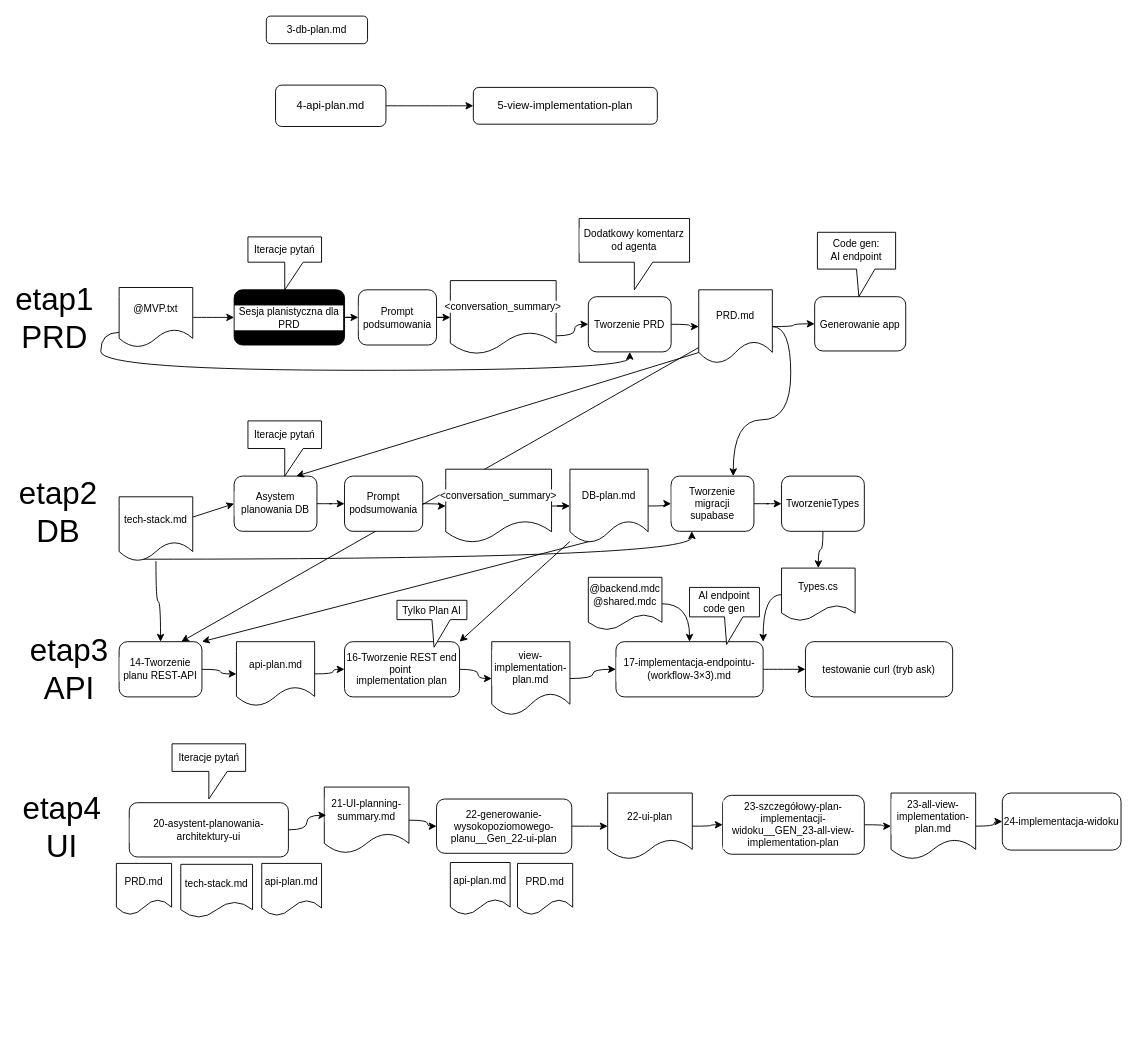
This is .other/BraveCreateFlow.drawio from Trockey/KrisBraveApp, a draw.io file, before an edit. Source tidied: cells renumbered, new cells numbered last; positions are measured from the earlier drawing's top-left corner, leaving out a move shared by most shapes. Both pictures are drawn from the tidied source at 92%, with x=0, y=0 at pixel (27, 16).
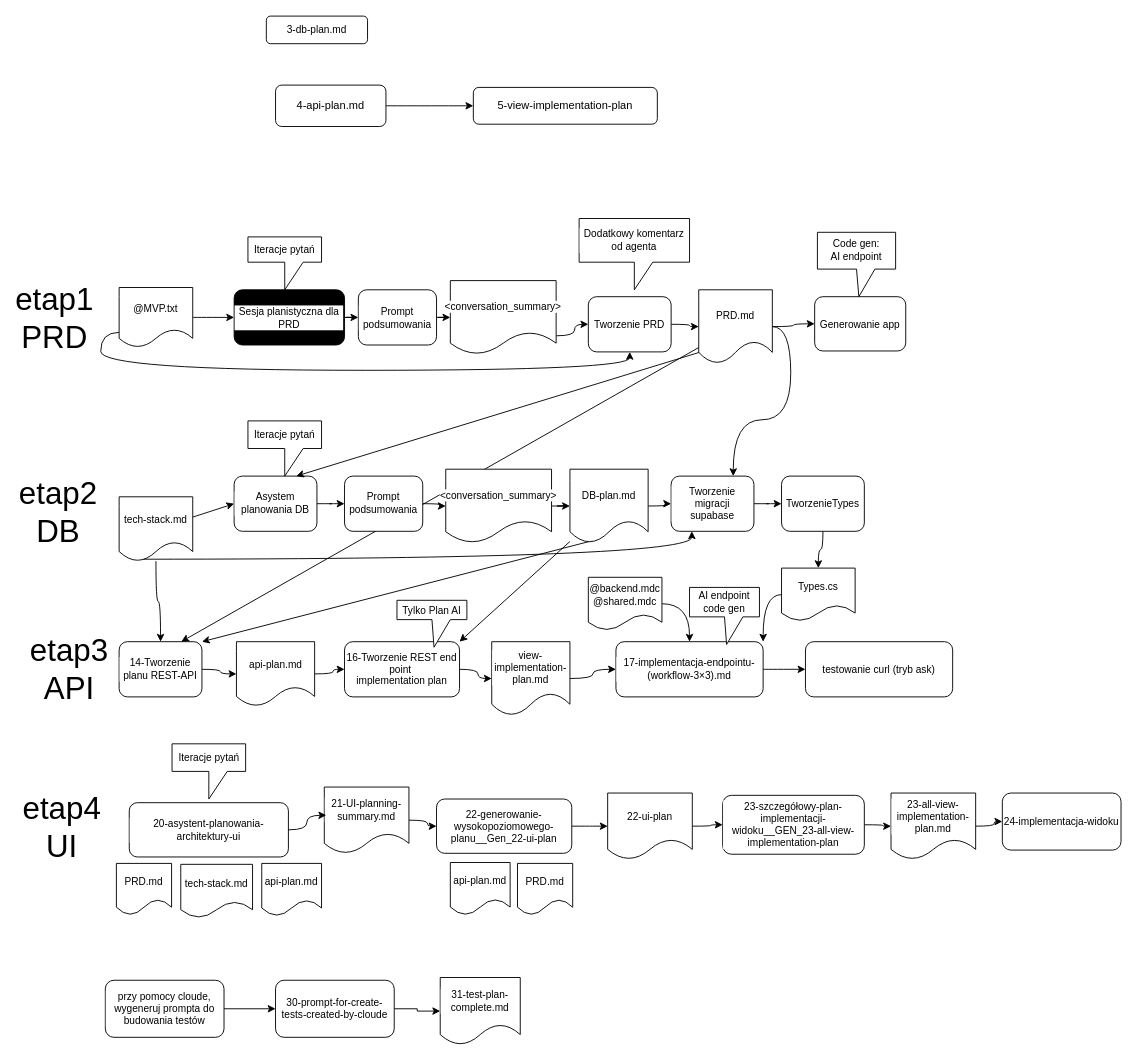
The same diagram, later.

Change to the diagram source:
```diff
@@
+    <mxCell id="85" style="edgeStyle=orthogonalEdgeStyle;rounded=0;jettySize=auto;html=1;" parent="1" edge="1" source="86" target="88">
+      <mxGeometry relative="1" as="geometry" />
+    </mxCell>
+    <mxCell id="86" value="przy pomocy cloude, wygeneruj prompta do budowania testów" style="rounded=1;whiteSpace=wrap;html=1;fontFamily=Helvetica;fontSize=11;fontColor=default;labelBackgroundColor=default;fillColor=light-dark(#FFFFFF,#007FFF);" parent="1" vertex="1">
+      <mxGeometry x="85" y="1048" width="129" height="62" as="geometry" />
+    </mxCell>
+    <mxCell id="87" style="edgeStyle=orthogonalEdgeStyle;rounded=0;jettySize=auto;html=1;" parent="1" edge="1" source="88" target="89">
+      <mxGeometry relative="1" as="geometry" />
+    </mxCell>
+    <mxCell id="88" value="30-prompt-for-create-tests-created-by-cloude" style="rounded=1;whiteSpace=wrap;html=1;fontFamily=Helvetica;fontSize=11;fontColor=default;labelBackgroundColor=default;fillColor=light-dark(#FFFFFF,#007FFF);" parent="1" vertex="1">
+      <mxGeometry x="270" y="1048" width="129" height="62" as="geometry" />
+    </mxCell>
+    <mxCell id="89" value="31-test-plan-complete.md" style="shape=document;whiteSpace=wrap;html=1;boundedLbl=1;fontFamily=Helvetica;fontSize=11;fontColor=default;labelBackgroundColor=default;fillColor=light-dark(#FFFFFF,#CCCCCC);" parent="1" vertex="1">
+      <mxGeometry x="449" y="1045" width="87" height="73" as="geometry" />
+    </mxCell>
```
